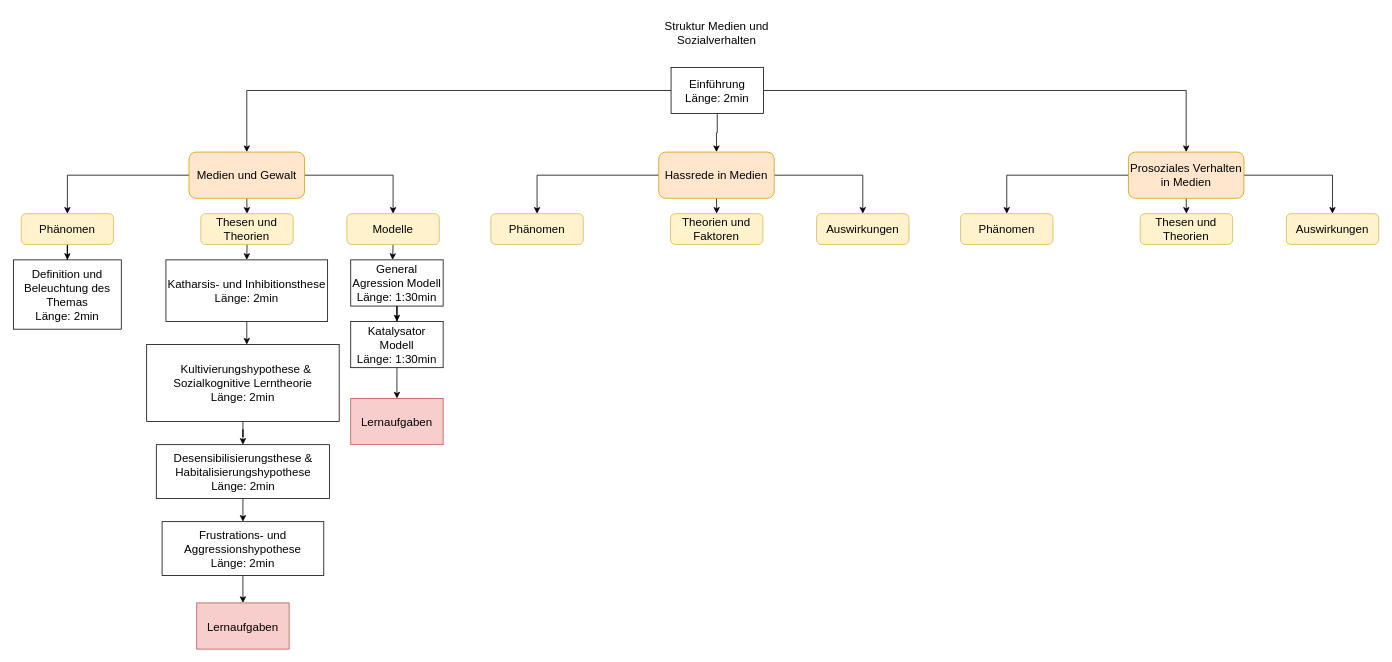
Above: Unbenanntes Diagramm.drawio in huehneja/EIA1_WiSe2021 (draw.io), before the change. Source tidied: cells renumbered, new cells numbered last; positions are measured from the earlier drawing's top-left corner, leaving out a move shared by most shapes. Both pictures are drawn from the tidied source at 77%, with x=0, y=0 at pixel (13, 13).
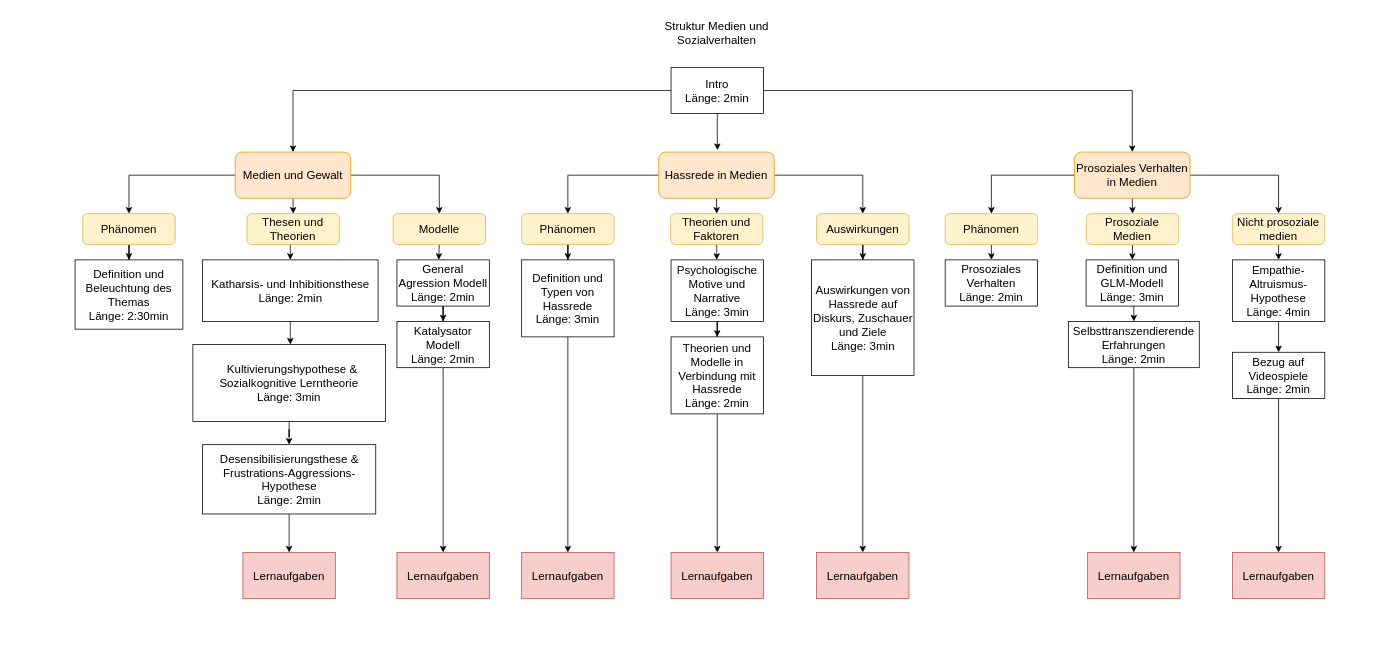
Above is the later version.

The change refers to these unchanged cells:
```xml
<mxCell id="35" value="Hassrede in Medien" style="rounded=1;whiteSpace=wrap;html=1;fontSize=15;fillColor=#ffe6cc;strokeColor=#d79b00;" parent="1" vertex="1">
  <mxGeometry x="838" y="180" width="150" height="60" as="geometry" />
</mxCell>
<mxCell id="36" value="Theorien und Faktoren" style="rounded=1;whiteSpace=wrap;html=1;fontSize=15;fillColor=#fff2cc;strokeColor=#d6b656;" parent="1" vertex="1">
  <mxGeometry x="853.3" y="260" width="120" height="40" as="geometry" />
</mxCell>
<mxCell id="37" value="Auswirkungen" style="rounded=1;whiteSpace=wrap;html=1;fontSize=15;fillColor=#fff2cc;strokeColor=#d6b656;" parent="1" vertex="1">
  <mxGeometry x="1043" y="260" width="120" height="40" as="geometry" />
</mxCell>
```

Diff of the diagram source:
```diff
@@
-    <mxCell id="3" style="edgeStyle=orthogonalEdgeStyle;rounded=0;jettySize=auto;html=1;exitX=0.5;exitY=1;exitDx=0;exitDy=0;fontSize=15;entryX=0.5;entryY=0;entryDx=0;entryDy=0;" parent="1" edge="1" source="6" target="35">
-      <mxGeometry relative="1" as="geometry" />
-    </mxCell>
@@
-    <mxCell id="6" value="Einführung&lt;br&gt;Länge: 2min" style="rounded=0;whiteSpace=wrap;html=1;fontSize=15;" parent="1" vertex="1">
+    <mxCell id="6" value="Intro&lt;br&gt;Länge: 2min" style="rounded=0;whiteSpace=wrap;html=1;fontSize=15;" parent="1" vertex="1">
       <mxGeometry x="854" y="70" width="120" height="60" as="geometry" />
     </mxCell>
@@
     <mxCell id="10" value="Medien und Gewalt" style="rounded=1;whiteSpace=wrap;html=1;fontSize=15;fillColor=#ffe6cc;strokeColor=#d79b00;" parent="1" vertex="1">
-      <mxGeometry x="228" y="180" width="150" height="60" as="geometry" />
+      <mxGeometry x="288" y="180" width="150" height="60" as="geometry" />
     </mxCell>
     <mxCell id="11" style="edgeStyle=orthogonalEdgeStyle;rounded=0;jettySize=auto;html=1;fontSize=15;" parent="1" edge="1" source="12" target="14">
       <mxGeometry relative="1" as="geometry">
         <Array as="points">
-          <mxPoint x="298" y="400" />
-          <mxPoint x="298" y="400" />
+          <mxPoint x="358" y="400" />
+          <mxPoint x="358" y="400" />
         </Array>
       </mxGeometry>
     </mxCell>
     <mxCell id="12" value="Katharsis- und Inhibitionsthese&lt;br&gt;Länge: 2min" style="rounded=0;whiteSpace=wrap;html=1;fontSize=15;" parent="1" vertex="1">
-      <mxGeometry x="198" y="320" width="210" height="80" as="geometry" />
+      <mxGeometry x="245.5" y="320" width="228" height="80" as="geometry" />
     </mxCell>
@@
-    <mxCell id="14" value="&amp;nbsp; Kultivierungshypothese &amp;amp; Sozialkognitive Lerntheorie&lt;br&gt;Länge: 2min" style="rounded=0;whiteSpace=wrap;html=1;fontSize=15;" parent="1" vertex="1">
-      <mxGeometry x="173" y="430" width="250" height="100" as="geometry" />
+    <mxCell id="14" value="&amp;nbsp; Kultivierungshypothese &amp;amp; Sozialkognitive Lerntheorie&lt;br&gt;Länge: 3min" style="rounded=0;whiteSpace=wrap;html=1;fontSize=15;" parent="1" vertex="1">
+      <mxGeometry x="233" y="430" width="250" height="100" as="geometry" />
     </mxCell>
-    <mxCell id="15" style="edgeStyle=orthogonalEdgeStyle;rounded=0;jettySize=auto;html=1;exitX=0.5;exitY=1;exitDx=0;exitDy=0;entryX=0.5;entryY=0;entryDx=0;entryDy=0;" parent="1" edge="1" source="16" target="25">
-      <mxGeometry relative="1" as="geometry" />
-    </mxCell>
-    <mxCell id="16" value="Frustrations- und Aggressionshypothese&lt;br&gt;Länge: 2min" style="rounded=0;whiteSpace=wrap;html=1;fontSize=15;" parent="1" vertex="1">
-      <mxGeometry x="193" y="660" width="210" height="70" as="geometry" />
-    </mxCell>
@@
-    <mxCell id="18" value="General Agression Modell&lt;br&gt;Länge: 1:30min" style="rounded=0;whiteSpace=wrap;html=1;fontSize=15;" parent="1" vertex="1">
-      <mxGeometry x="438" y="320" width="120" height="60" as="geometry" />
+    <mxCell id="18" value="General Agression Modell&lt;br&gt;Länge: 2min" style="rounded=0;whiteSpace=wrap;html=1;fontSize=15;" parent="1" vertex="1">
+      <mxGeometry x="498" y="320" width="120" height="60" as="geometry" />
     </mxCell>
@@
-    <mxCell id="20" value="Katalysator Modell&lt;br&gt;Länge: 1:30min" style="rounded=0;whiteSpace=wrap;html=1;fontSize=15;" parent="1" vertex="1">
-      <mxGeometry x="438" y="400" width="120" height="60" as="geometry" />
+    <mxCell id="20" value="Katalysator Modell&lt;br&gt;Länge: 2min" style="rounded=0;whiteSpace=wrap;html=1;fontSize=15;" parent="1" vertex="1">
+      <mxGeometry x="498" y="400" width="120" height="60" as="geometry" />
     </mxCell>
@@
     <mxCell id="22" value="Thesen und Theorien" style="rounded=1;whiteSpace=wrap;html=1;fontSize=15;fillColor=#fff2cc;strokeColor=#d6b656;" parent="1" vertex="1">
-      <mxGeometry x="243.3" y="260" width="120" height="40" as="geometry" />
+      <mxGeometry x="303.3" y="260" width="120" height="40" as="geometry" />
     </mxCell>
@@
     <mxCell id="24" value="Modelle" style="rounded=1;whiteSpace=wrap;html=1;fontSize=15;fillColor=#fff2cc;strokeColor=#d6b656;" parent="1" vertex="1">
-      <mxGeometry x="433" y="260" width="120" height="40" as="geometry" />
+      <mxGeometry x="493" y="260" width="120" height="40" as="geometry" />
     </mxCell>
     <mxCell id="25" value="Lernaufgaben" style="rounded=0;whiteSpace=wrap;html=1;fontSize=15;fillColor=#f8cecc;strokeColor=#b85450;" parent="1" vertex="1">
-      <mxGeometry x="238" y="765.5" width="120" height="60" as="geometry" />
+      <mxGeometry x="298" y="700" width="120" height="60" as="geometry" />
     </mxCell>
     <mxCell id="26" value="Lernaufgaben" style="rounded=0;whiteSpace=wrap;html=1;fontSize=15;fillColor=#f8cecc;strokeColor=#b85450;" parent="1" vertex="1">
-      <mxGeometry x="438" y="500" width="120" height="60" as="geometry" />
+      <mxGeometry x="498" y="700" width="120" height="60" as="geometry" />
     </mxCell>
@@
     <mxCell id="28" value="Phänomen" style="rounded=1;whiteSpace=wrap;html=1;fontSize=15;fillColor=#fff2cc;strokeColor=#d6b656;" parent="1" vertex="1">
-      <mxGeometry x="10" y="260" width="120" height="40" as="geometry" />
+      <mxGeometry x="90" y="260" width="120" height="40" as="geometry" />
     </mxCell>
-    <mxCell id="29" value="&lt;span style=&quot;font-size: 15px;&quot;&gt;Definition und Beleuchtung des Themas&lt;br&gt;Länge: 2min&lt;br&gt;&lt;/span&gt;" style="rounded=0;whiteSpace=wrap;html=1;" parent="1" vertex="1">
-      <mxGeometry y="320" width="140" height="90" as="geometry" />
+    <mxCell id="29" value="&lt;span style=&quot;font-size: 15px;&quot;&gt;Definition und Beleuchtung des Themas&lt;br&gt;Länge: 2:30min&lt;br&gt;&lt;/span&gt;" style="rounded=0;whiteSpace=wrap;html=1;" parent="1" vertex="1">
+      <mxGeometry x="80" y="320" width="140" height="90" as="geometry" />
     </mxCell>
-    <mxCell id="30" style="edgeStyle=orthogonalEdgeStyle;rounded=0;jettySize=auto;html=1;exitX=0.5;exitY=1;exitDx=0;exitDy=0;entryX=0.5;entryY=0;entryDx=0;entryDy=0;" parent="1" edge="1" source="31" target="16">
+    <mxCell id="30" style="edgeStyle=orthogonalEdgeStyle;rounded=0;jettySize=auto;html=1;exitX=0.5;exitY=1;exitDx=0;exitDy=0;entryX=0.5;entryY=0;entryDx=0;entryDy=0;" parent="1" edge="1" source="31" target="25">
       <mxGeometry relative="1" as="geometry" />
     </mxCell>
-    <mxCell id="31" value="&lt;font style=&quot;font-size: 15px;&quot;&gt;Desensibilisierungsthese &amp;amp; Habitalisierungshypothese&lt;br&gt;Länge: 2min&lt;br&gt;&lt;/font&gt;" style="rounded=0;whiteSpace=wrap;html=1;" parent="1" vertex="1">
-      <mxGeometry x="185.5" y="560" width="225" height="70" as="geometry" />
+    <mxCell id="31" value="&lt;font style=&quot;font-size: 15px;&quot;&gt;Desensibilisierungsthese &amp;amp; Frustrations-Aggressions-Hypothese&lt;br&gt;Länge: 2min&lt;br&gt;&lt;/font&gt;" style="rounded=0;whiteSpace=wrap;html=1;" parent="1" vertex="1">
+      <mxGeometry x="245.5" y="560" width="225" height="90" as="geometry" />
     </mxCell>
@@
+    <mxCell id="46" style="edgeStyle=orthogonalEdgeStyle;rounded=0;jettySize=auto;html=1;" parent="1" edge="1" source="36" target="55">
+      <mxGeometry relative="1" as="geometry" />
+    </mxCell>
@@
+    <mxCell id="47" style="edgeStyle=orthogonalEdgeStyle;rounded=0;jettySize=auto;html=1;" parent="1" edge="1" source="37" target="59">
+      <mxGeometry relative="1" as="geometry" />
+    </mxCell>
@@
+    <mxCell id="48" style="edgeStyle=orthogonalEdgeStyle;rounded=0;jettySize=auto;html=1;" parent="1" edge="1" source="38" target="53">
+      <mxGeometry relative="1" as="geometry" />
+    </mxCell>
     <mxCell id="38" value="Phänomen" style="rounded=1;whiteSpace=wrap;html=1;fontSize=15;fillColor=#fff2cc;strokeColor=#d6b656;" parent="1" vertex="1">
-      <mxGeometry x="620" y="260" width="120" height="40" as="geometry" />
+      <mxGeometry x="660" y="260" width="120" height="40" as="geometry" />
     </mxCell>
@@
     <mxCell id="42" value="Prosoziales Verhalten in Medien" style="rounded=1;whiteSpace=wrap;html=1;fontSize=15;fillColor=#ffe6cc;strokeColor=#d79b00;" parent="1" vertex="1">
-      <mxGeometry x="1448" y="180" width="150" height="60" as="geometry" />
+      <mxGeometry x="1378" y="180" width="150" height="60" as="geometry" />
     </mxCell>
+    <mxCell id="49" style="edgeStyle=orthogonalEdgeStyle;rounded=0;jettySize=auto;html=1;exitX=0.5;exitY=1;exitDx=0;exitDy=0;entryX=0.5;entryY=0;entryDx=0;entryDy=0;" parent="1" edge="1" source="43" target="65">
+      <mxGeometry relative="1" as="geometry" />
+    </mxCell>
-    <mxCell id="43" value="Thesen und Theorien" style="rounded=1;whiteSpace=wrap;html=1;fontSize=15;fillColor=#fff2cc;strokeColor=#d6b656;" parent="1" vertex="1">
-      <mxGeometry x="1463.3" y="260" width="120" height="40" as="geometry" />
+    <mxCell id="43" value="Prosoziale Medien" style="rounded=1;whiteSpace=wrap;html=1;fontSize=15;fillColor=#fff2cc;strokeColor=#d6b656;" parent="1" vertex="1">
+      <mxGeometry x="1393.3" y="260" width="120" height="40" as="geometry" />
     </mxCell>
+    <mxCell id="50" style="edgeStyle=orthogonalEdgeStyle;rounded=0;jettySize=auto;html=1;exitX=0.5;exitY=1;exitDx=0;exitDy=0;entryX=0.5;entryY=0;entryDx=0;entryDy=0;" parent="1" edge="1" source="44" target="69">
+      <mxGeometry relative="1" as="geometry" />
+    </mxCell>
-    <mxCell id="44" value="Auswirkungen" style="rounded=1;whiteSpace=wrap;html=1;fontSize=15;fillColor=#fff2cc;strokeColor=#d6b656;" parent="1" vertex="1">
-      <mxGeometry x="1653" y="260" width="120" height="40" as="geometry" />
+    <mxCell id="44" value="Nicht prosoziale medien" style="rounded=1;whiteSpace=wrap;html=1;fontSize=15;fillColor=#fff2cc;strokeColor=#d6b656;" parent="1" vertex="1">
+      <mxGeometry x="1583" y="260" width="120" height="40" as="geometry" />
     </mxCell>
+    <mxCell id="51" style="edgeStyle=orthogonalEdgeStyle;rounded=0;jettySize=auto;html=1;exitX=0.5;exitY=1;exitDx=0;exitDy=0;entryX=0.5;entryY=0;entryDx=0;entryDy=0;" parent="1" edge="1" source="45" target="63">
+      <mxGeometry relative="1" as="geometry" />
+    </mxCell>
     <mxCell id="45" value="Phänomen" style="rounded=1;whiteSpace=wrap;html=1;fontSize=15;fillColor=#fff2cc;strokeColor=#d6b656;" parent="1" vertex="1">
-      <mxGeometry x="1230" y="260" width="120" height="40" as="geometry" />
+      <mxGeometry x="1210" y="260" width="120" height="40" as="geometry" />
     </mxCell>
+    <mxCell id="52" style="edgeStyle=orthogonalEdgeStyle;rounded=0;jettySize=auto;html=1;" parent="1" edge="1" source="53" target="62">
+      <mxGeometry relative="1" as="geometry" />
+    </mxCell>
+    <mxCell id="53" value="Definition und Typen von Hassrede&lt;br style=&quot;font-size: 15px;&quot;&gt;Länge: 3min" style="rounded=0;whiteSpace=wrap;html=1;fontSize=15;" parent="1" vertex="1">
+      <mxGeometry x="660" y="320" width="120" height="100" as="geometry" />
+    </mxCell>
+    <mxCell id="54" style="edgeStyle=orthogonalEdgeStyle;rounded=0;jettySize=auto;html=1;" parent="1" edge="1" source="55" target="57">
+      <mxGeometry relative="1" as="geometry" />
+    </mxCell>
+    <mxCell id="55" value="Psychologische Motive und Narrative&lt;br&gt;Länge: 3min" style="rounded=0;whiteSpace=wrap;html=1;fontSize=15;" parent="1" vertex="1">
+      <mxGeometry x="854" y="320" width="120" height="80" as="geometry" />
+    </mxCell>
+    <mxCell id="56" style="edgeStyle=orthogonalEdgeStyle;rounded=0;jettySize=auto;html=1;" parent="1" edge="1" source="57" target="60">
+      <mxGeometry relative="1" as="geometry" />
+    </mxCell>
+    <mxCell id="57" value="Theorien und Modelle in Verbindung mit Hassrede&lt;br&gt;Länge: 2min" style="rounded=0;whiteSpace=wrap;html=1;fontSize=15;" parent="1" vertex="1">
+      <mxGeometry x="854" y="420" width="120" height="100" as="geometry" />
+    </mxCell>
+    <mxCell id="58" style="edgeStyle=orthogonalEdgeStyle;rounded=0;jettySize=auto;html=1;entryX=0.5;entryY=0;entryDx=0;entryDy=0;" parent="1" edge="1" source="59" target="61">
+      <mxGeometry relative="1" as="geometry" />
+    </mxCell>
+    <mxCell id="59" value="&lt;font style=&quot;font-size: 15px;&quot;&gt;Auswirkungen von Hassrede auf Diskurs, Zuschauer und Ziele&lt;br&gt;Länge: 3min&lt;br&gt;&lt;/font&gt;" style="rounded=0;whiteSpace=wrap;html=1;" parent="1" vertex="1">
+      <mxGeometry x="1036.5" y="320" width="133" height="150" as="geometry" />
+    </mxCell>
+    <mxCell id="3" style="edgeStyle=orthogonalEdgeStyle;rounded=0;jettySize=auto;html=1;exitX=0.5;exitY=1;exitDx=0;exitDy=0;entryX=0.508;entryY=-0.043;entryDx=0;entryDy=0;entryPerimeter=0;" parent="1" edge="1" source="6" target="35">
+      <mxGeometry relative="1" as="geometry" />
+    </mxCell>
+    <mxCell id="60" value="Lernaufgaben" style="rounded=0;whiteSpace=wrap;html=1;fontSize=15;fillColor=#f8cecc;strokeColor=#b85450;" parent="1" vertex="1">
+      <mxGeometry x="854" y="700" width="120" height="60" as="geometry" />
+    </mxCell>
+    <mxCell id="61" value="Lernaufgaben" style="rounded=0;whiteSpace=wrap;html=1;fontSize=15;fillColor=#f8cecc;strokeColor=#b85450;" parent="1" vertex="1">
+      <mxGeometry x="1043" y="700" width="120" height="60" as="geometry" />
+    </mxCell>
+    <mxCell id="62" value="Lernaufgaben" style="rounded=0;whiteSpace=wrap;html=1;fontSize=15;fillColor=#f8cecc;strokeColor=#b85450;" parent="1" vertex="1">
+      <mxGeometry x="660" y="700" width="120" height="60" as="geometry" />
+    </mxCell>
+    <mxCell id="63" value="&lt;font style=&quot;font-size: 15px;&quot;&gt;Prosoziales Verhalten&lt;br&gt;Länge: 2min&lt;br&gt;&lt;/font&gt;" style="rounded=0;whiteSpace=wrap;html=1;" parent="1" vertex="1">
+      <mxGeometry x="1210" y="320" width="120" height="60" as="geometry" />
+    </mxCell>
+    <mxCell id="64" style="edgeStyle=orthogonalEdgeStyle;rounded=0;jettySize=auto;html=1;exitX=0.5;exitY=1;exitDx=0;exitDy=0;entryX=0.5;entryY=0;entryDx=0;entryDy=0;" parent="1" edge="1" source="65" target="67">
+      <mxGeometry relative="1" as="geometry" />
+    </mxCell>
+    <mxCell id="65" value="&lt;font style=&quot;font-size: 15px;&quot;&gt;Definition und&lt;br&gt;GLM-Modell&lt;br&gt;Länge: 3min&lt;br&gt;&lt;/font&gt;" style="rounded=0;whiteSpace=wrap;html=1;" parent="1" vertex="1">
+      <mxGeometry x="1393" y="320" width="120" height="60" as="geometry" />
+    </mxCell>
+    <mxCell id="66" style="edgeStyle=orthogonalEdgeStyle;rounded=0;jettySize=auto;html=1;exitX=0.5;exitY=1;exitDx=0;exitDy=0;entryX=0.5;entryY=0;entryDx=0;entryDy=0;" parent="1" edge="1" source="67" target="72">
+      <mxGeometry relative="1" as="geometry" />
+    </mxCell>
+    <mxCell id="67" value="&lt;font style=&quot;font-size: 15px;&quot;&gt;Selbsttranszendierende Erfahrungen&lt;br&gt;Länge: 2min&lt;br&gt;&lt;/font&gt;" style="rounded=0;whiteSpace=wrap;html=1;" parent="1" vertex="1">
+      <mxGeometry x="1370" y="400" width="170" height="60" as="geometry" />
+    </mxCell>
+    <mxCell id="68" style="edgeStyle=orthogonalEdgeStyle;rounded=0;jettySize=auto;html=1;" parent="1" edge="1" source="69" target="71">
+      <mxGeometry relative="1" as="geometry" />
+    </mxCell>
+    <mxCell id="69" value="&lt;font style=&quot;font-size: 15px;&quot;&gt;Empathie-Altruismus-Hypothese&lt;br&gt;Länge: 4min&lt;/font&gt;" style="rounded=0;whiteSpace=wrap;html=1;" parent="1" vertex="1">
+      <mxGeometry x="1583" y="320" width="120" height="80" as="geometry" />
+    </mxCell>
+    <mxCell id="70" style="edgeStyle=orthogonalEdgeStyle;rounded=0;jettySize=auto;html=1;exitX=0.5;exitY=1;exitDx=0;exitDy=0;entryX=0.5;entryY=0;entryDx=0;entryDy=0;" parent="1" edge="1" source="71" target="73">
+      <mxGeometry relative="1" as="geometry" />
+    </mxCell>
+    <mxCell id="71" value="&lt;font style=&quot;font-size: 15px;&quot;&gt;Bezug auf Videospiele&lt;br&gt;Länge: 2min&lt;br&gt;&lt;/font&gt;" style="rounded=0;whiteSpace=wrap;html=1;" parent="1" vertex="1">
+      <mxGeometry x="1583" y="440" width="120" height="60" as="geometry" />
+    </mxCell>
+    <mxCell id="72" value="Lernaufgaben" style="rounded=0;whiteSpace=wrap;html=1;fontSize=15;fillColor=#f8cecc;strokeColor=#b85450;" parent="1" vertex="1">
+      <mxGeometry x="1395" y="700" width="120" height="60" as="geometry" />
+    </mxCell>
+    <mxCell id="73" value="Lernaufgaben" style="rounded=0;whiteSpace=wrap;html=1;fontSize=15;fillColor=#f8cecc;strokeColor=#b85450;" parent="1" vertex="1">
+      <mxGeometry x="1583" y="700" width="120" height="60" as="geometry" />
+    </mxCell>
```
